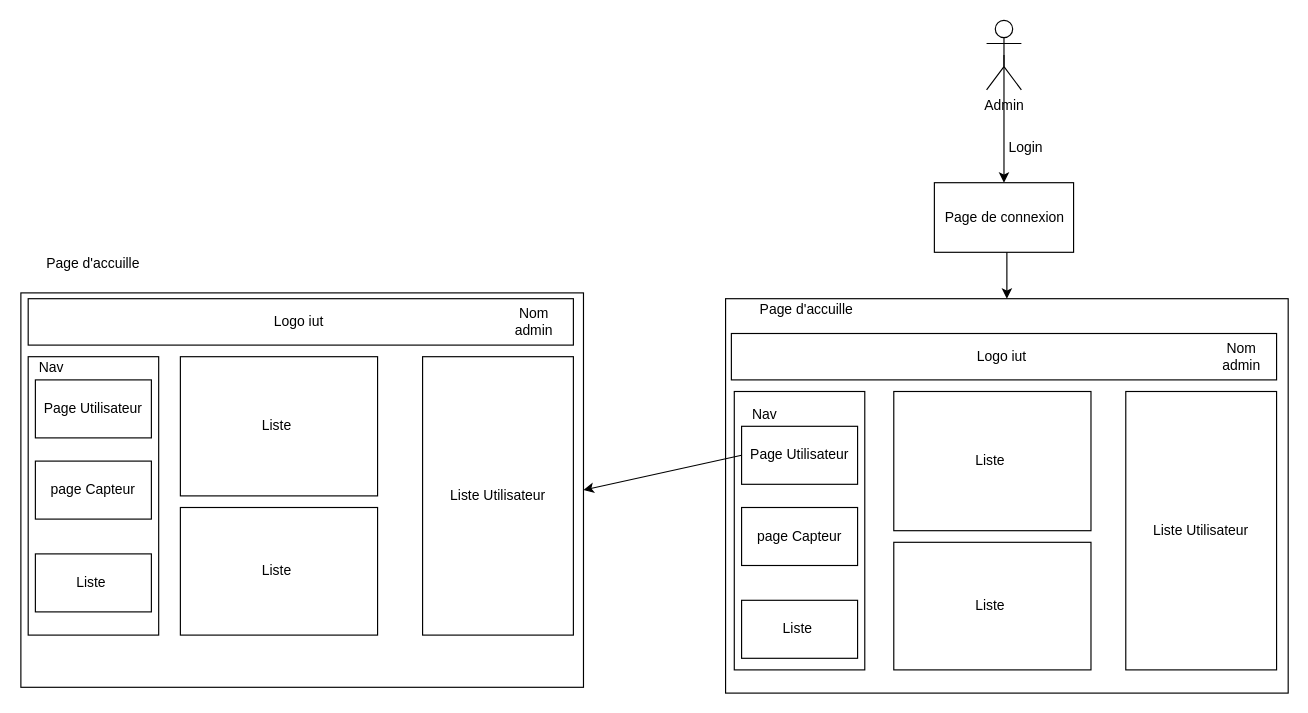
LENSAlex/ProjetIotia keeps this draw.io diagram as page "Page-1" (1 of 2) of IHM_Web.drawio. Above is the earlier version. Source tidied: cells renumbered, new cells numbered last; positions are measured from the earlier drawing's top-left corner, leaving out a move shared by most shapes. Both pictures are drawn from the tidied source at 116%, with x=0, y=0 at pixel (21, 20).
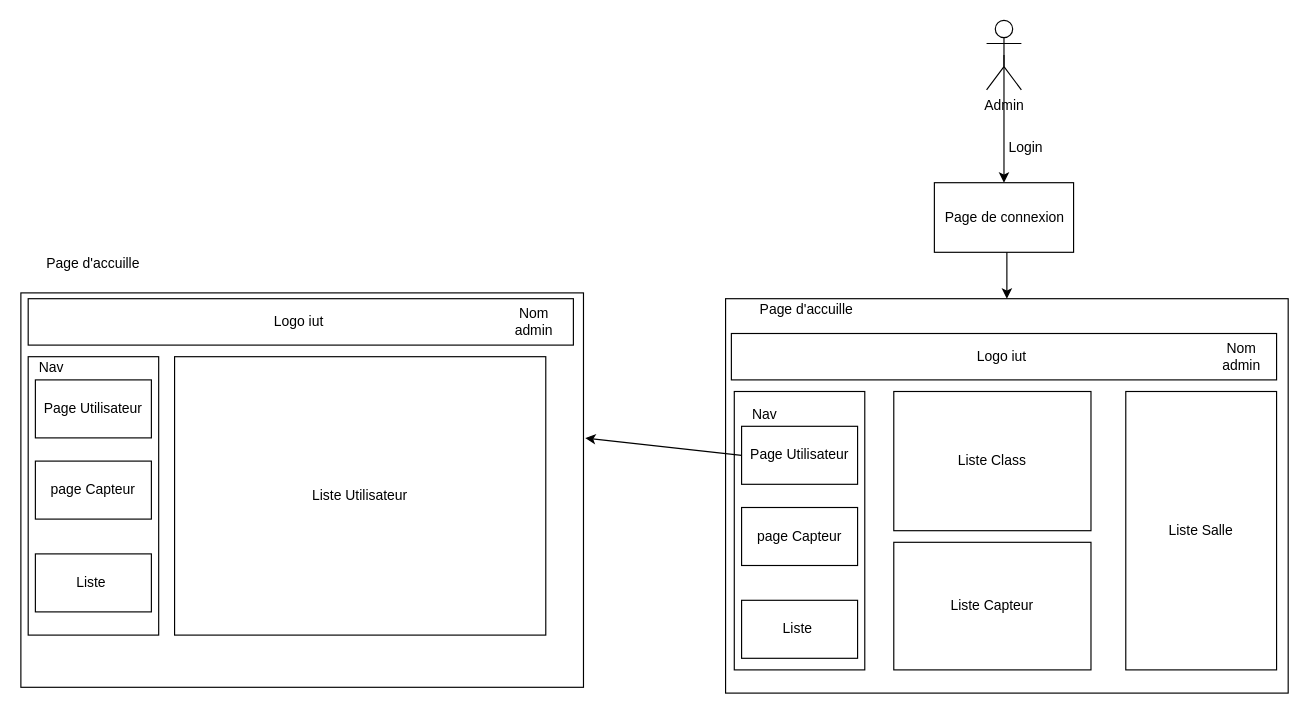
The same diagram, later.

The change refers to these unchanged cells:
```xml
<mxCell id="12" value="Page Utilisateur" style="rounded=0;whiteSpace=wrap;html=1;" parent="1" vertex="1">
  <mxGeometry x="620.8" y="350" width="100" height="50" as="geometry" />
</mxCell>
<mxCell id="21" style="rounded=0;whiteSpace=wrap;html=1;" parent="1" vertex="1">
  <mxGeometry x="-0.5" y="235" width="485" height="340" as="geometry" />
</mxCell>
```

Change to the diagram source:
```diff
@@
-    <mxCell id="15" value="Liste&amp;nbsp;" style="rounded=0;whiteSpace=wrap;html=1;" parent="1" vertex="1">
+    <mxCell id="15" value="Liste Class" style="rounded=0;whiteSpace=wrap;html=1;" parent="1" vertex="1">
       <mxGeometry x="752" y="320" width="170" height="120" as="geometry" />
     </mxCell>
-    <mxCell id="16" value="Liste Utilisateur" style="rounded=0;whiteSpace=wrap;html=1;" parent="1" vertex="1">
+    <mxCell id="16" value="Liste Salle" style="rounded=0;whiteSpace=wrap;html=1;" parent="1" vertex="1">
       <mxGeometry x="952" y="320" width="130" height="240" as="geometry" />
     </mxCell>
-    <mxCell id="17" value="Liste&amp;nbsp;" style="rounded=0;whiteSpace=wrap;html=1;" parent="1" vertex="1">
+    <mxCell id="17" value="Liste Capteur" style="rounded=0;whiteSpace=wrap;html=1;" parent="1" vertex="1">
       <mxGeometry x="752" y="450" width="170" height="110" as="geometry" />
     </mxCell>
@@
-    <mxCell id="20" style="endArrow=classic;html=1;exitX=0;exitY=0.5;exitDx=0;exitDy=0;entryX=1;entryY=0.5;entryDx=0;entryDy=0;" parent="1" edge="1" source="12" target="21">
+    <mxCell id="20" style="endArrow=classic;html=1;exitX=0;exitY=0.5;exitDx=0;exitDy=0;entryX=1.003;entryY=0.368;entryDx=0;entryDy=0;entryPerimeter=0;" parent="1" edge="1" source="12" target="21">
       <mxGeometry relative="1" as="geometry" />
     </mxCell>
@@
-    <mxCell id="28" value="Liste&amp;nbsp;" style="rounded=0;whiteSpace=wrap;html=1;" parent="1" vertex="1">
-      <mxGeometry x="137" y="290" width="170" height="120" as="geometry" />
+    <mxCell id="28" value="Liste Utilisateur" style="rounded=0;whiteSpace=wrap;html=1;" parent="1" vertex="1">
+      <mxGeometry x="132" y="290" width="320" height="240" as="geometry" />
     </mxCell>
-    <mxCell id="29" value="Liste Utilisateur" style="rounded=0;whiteSpace=wrap;html=1;" parent="1" vertex="1">
-      <mxGeometry x="345.8" y="290" width="130" height="240" as="geometry" />
-    </mxCell>
-    <mxCell id="30" value="Liste&amp;nbsp;" style="rounded=0;whiteSpace=wrap;html=1;" parent="1" vertex="1">
-      <mxGeometry x="137" y="420" width="170" height="110" as="geometry" />
-    </mxCell>
```
